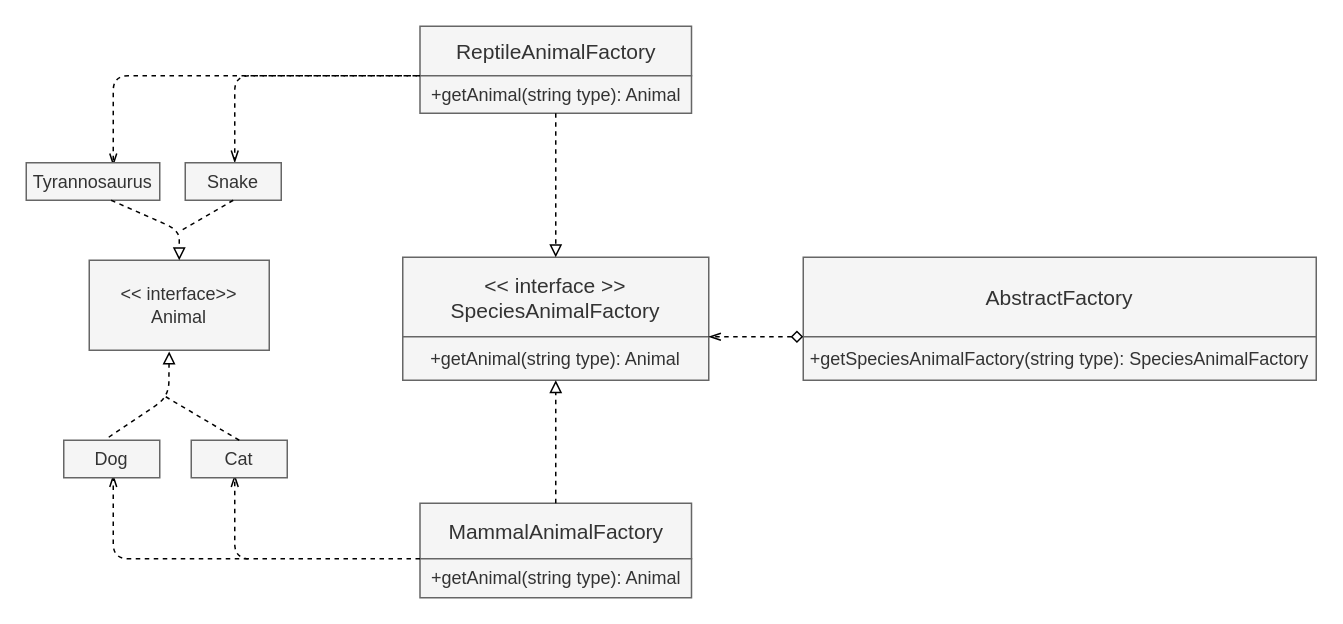
Above: Untitled Diagram 2.drawio in quoctrung163/diagram (draw.io), before the change. Source tidied: cells renumbered, new cells numbered last; positions are measured from the earlier drawing's top-left corner, leaving out a move shared by most shapes. Both pictures are drawn from the tidied source at 150%, with x=0, y=0 at pixel (26, 26).
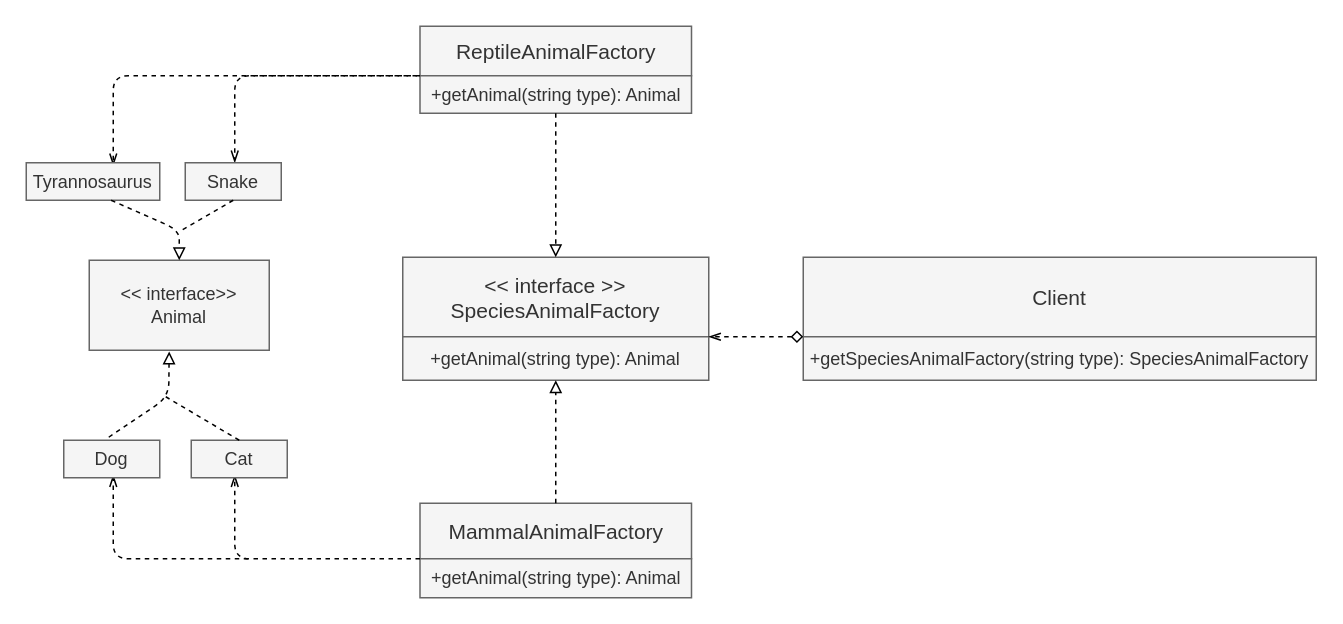
Above is the later version.

Diff of the diagram source:
```diff
@@
-    <mxCell id="23" value="&lt;span style=&quot;font-size: 14px&quot;&gt;AbstractFactory&lt;/span&gt;" style="rounded=0;whiteSpace=wrap;html=1;fillColor=#f5f5f5;strokeColor=#666666;fontColor=#333333;" parent="1" vertex="1">
+    <mxCell id="23" value="&lt;span style=&quot;font-size: 14px&quot;&gt;Client&lt;/span&gt;" style="rounded=0;whiteSpace=wrap;html=1;fillColor=#f5f5f5;strokeColor=#666666;fontColor=#333333;" parent="1" vertex="1">
       <mxGeometry x="518" y="154" width="342" height="53" as="geometry" />
     </mxCell>
```
